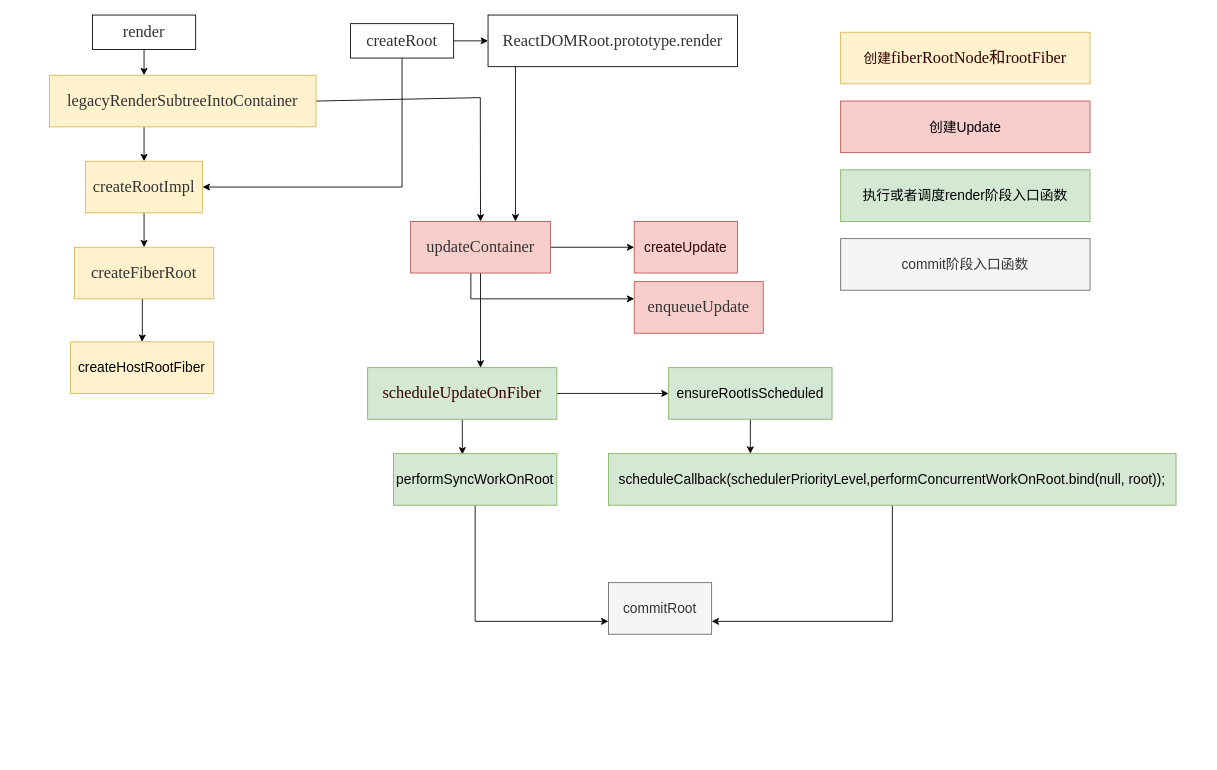
Before: page "Page-1" (1 of 9) of 第五章_0.drawio in xiaochen1024/react_code, a draw.io diagram. Source tidied: cells renumbered, new cells numbered last; positions are measured from the earlier drawing's top-left corner, leaving out a move shared by most shapes. Both pictures are drawn from the tidied source at 86%, with x=0, y=0 at pixel (49, 15).
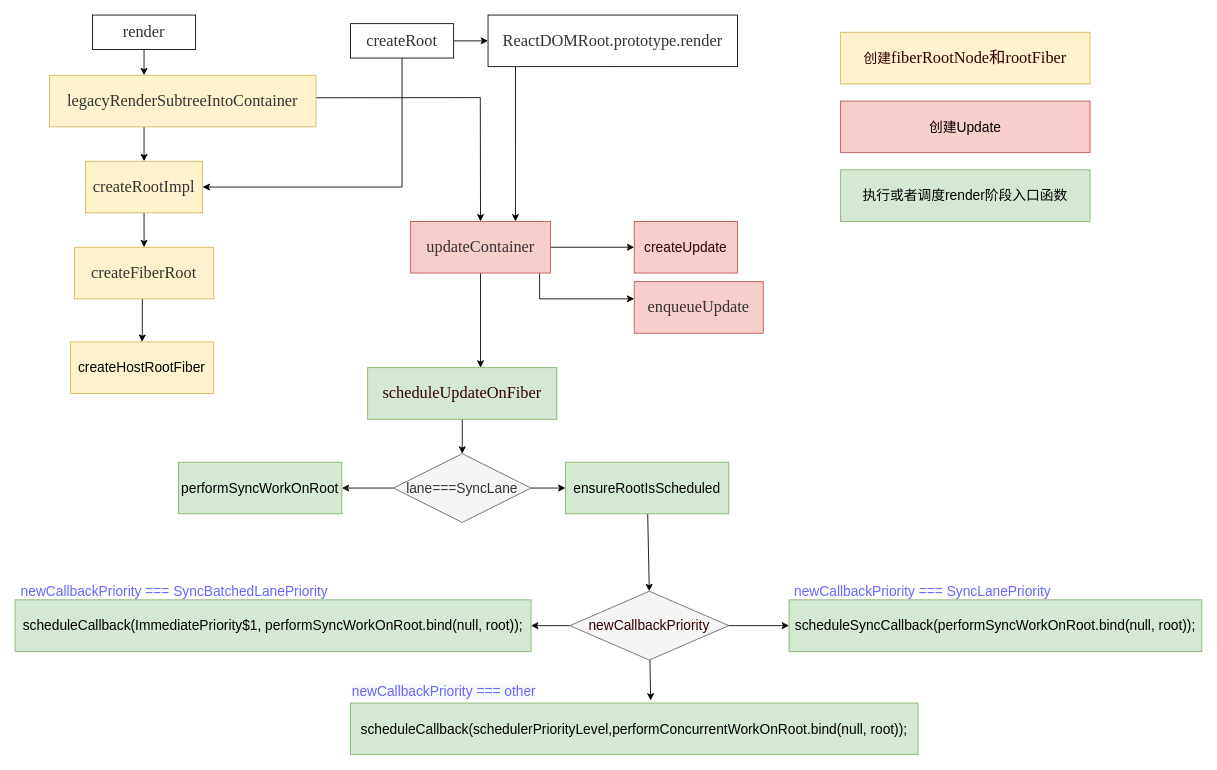
After the change.

Unchanged cells that the change refers to:
```xml
<mxCell id="6" value="&lt;span style=&quot;color: rgb(51 , 51 , 51) ; font-family: &amp;#34;vollkorn&amp;#34; , &amp;#34;palatino&amp;#34; , &amp;#34;times&amp;#34; ; font-size: 19px ; text-align: justify ; background-color: rgb(255 , 242 , 204)&quot;&gt;legacyRenderSubtreeIntoContainer&lt;/span&gt;" style="whiteSpace=wrap;html=1;rounded=0;fillColor=#fff2cc;strokeColor=#d6b656;" parent="1" vertex="1">
  <mxGeometry y="70" width="310" height="60" as="geometry" />
</mxCell>
<mxCell id="14" value="&lt;span style=&quot;color: rgb(51 , 51 , 51) ; font-family: &amp;#34;vollkorn&amp;#34; , &amp;#34;palatino&amp;#34; , &amp;#34;times&amp;#34; ; font-size: 19px ; font-style: normal ; font-weight: normal ; letter-spacing: normal ; text-align: justify ; text-indent: 0px ; text-transform: none ; word-spacing: 0px ; text-decoration: none ; display: inline ; float: none ; background-color: rgb(248 , 206 , 204)&quot;&gt;updateContainer&lt;/span&gt;" style="whiteSpace=wrap;html=1;rounded=0;fillColor=#f8cecc;strokeColor=#b85450;" parent="1" vertex="1">
  <mxGeometry x="420" y="240" width="162.5" height="60" as="geometry" />
</mxCell>
<mxCell id="15" value="&lt;span style=&quot;color: rgb(51 , 51 , 51) ; font-family: &amp;#34;vollkorn&amp;#34; , &amp;#34;palatino&amp;#34; , &amp;#34;times&amp;#34; ; font-size: 19px ; text-align: justify ; background-color: rgb(248 , 206 , 204)&quot;&gt;enqueueUpdate&lt;/span&gt;" style="whiteSpace=wrap;html=1;rounded=0;fillColor=#f8cecc;strokeColor=#b85450;" parent="1" vertex="1">
  <mxGeometry x="680" y="310" width="150" height="60" as="geometry" />
</mxCell>
<mxCell id="21" value="&lt;span style=&quot;font-family: &amp;#34;vollkorn&amp;#34; , &amp;#34;palatino&amp;#34; , &amp;#34;times&amp;#34; ; font-size: 19px ; text-align: justify ; background-color: rgb(213 , 232 , 212)&quot;&gt;&lt;font color=&quot;#330000&quot;&gt;scheduleUpdateOnFiber&lt;/font&gt;&lt;/span&gt;" style="whiteSpace=wrap;html=1;rounded=0;fillColor=#d5e8d4;strokeColor=#82b366;" parent="1" vertex="1">
  <mxGeometry x="370" y="410" width="220" height="60" as="geometry" />
</mxCell>
```

Diff of the diagram source:
```diff
@@
-    <mxCell id="5" style="edgeStyle=none;rounded=0;jettySize=auto;html=1;entryX=0.5;entryY=0;entryDx=0;entryDy=0;strokeWidth=1;fontSize=16;fontColor=#6666FF;exitX=1;exitY=0.5;exitDx=0;exitDy=0;" parent="1" edge="1" source="6" target="14">
+    <mxCell id="5" style="edgeStyle=none;rounded=0;jettySize=auto;html=1;entryX=0.5;entryY=0;entryDx=0;entryDy=0;strokeWidth=1;fontSize=16;fontColor=#6666FF;exitX=1;exitY=0.436;exitDx=0;exitDy=0;exitPerimeter=0;" parent="1" edge="1" source="6" target="14">
       <mxGeometry relative="1" as="geometry">
         <Array as="points">
           <mxPoint x="501" y="96" />
         </Array>
       </mxGeometry>
     </mxCell>
@@
     <mxCell id="11" style="edgeStyle=orthogonalEdgeStyle;rounded=0;jettySize=auto;html=1;" parent="1" edge="1" source="14" target="15">
       <mxGeometry relative="1" as="geometry">
         <Array as="points">
-          <mxPoint x="490" y="330" />
+          <mxPoint x="570" y="330" />
         </Array>
       </mxGeometry>
     </mxCell>
@@
-    <mxCell id="19" style="edgeStyle=orthogonalEdgeStyle;rounded=0;jettySize=auto;html=1;" parent="1" edge="1" source="21" target="27">
-      <mxGeometry relative="1" as="geometry" />
-    </mxCell>
-    <mxCell id="20" style="edgeStyle=none;rounded=0;jettySize=auto;html=1;exitX=0.5;exitY=1;exitDx=0;exitDy=0;entryX=0.422;entryY=0.015;entryDx=0;entryDy=0;entryPerimeter=0;strokeWidth=1;fontSize=16;fontColor=#6666FF;" parent="1" edge="1" source="21" target="25">
+    <mxCell id="20" style="edgeStyle=none;rounded=0;jettySize=auto;html=1;exitX=0.5;exitY=1;exitDx=0;exitDy=0;strokeWidth=1;fontSize=16;fontColor=#6666FF;entryX=0.5;entryY=0;entryDx=0;entryDy=0;" parent="1" edge="1" source="21" target="41">
       <mxGeometry relative="1" as="geometry" />
     </mxCell>
@@
-    <mxCell id="24" style="edgeStyle=none;rounded=0;jettySize=auto;html=1;exitX=0.5;exitY=1;exitDx=0;exitDy=0;entryX=0;entryY=0.75;entryDx=0;entryDy=0;strokeWidth=1;fontSize=16;fontColor=#6666FF;" parent="1" edge="1" source="25" target="31">
-      <mxGeometry relative="1" as="geometry">
-        <Array as="points">
-          <mxPoint x="495" y="705" />
-        </Array>
-      </mxGeometry>
-    </mxCell>
     <mxCell id="25" value="&lt;font style=&quot;font-size: 16px&quot;&gt;performSyncWorkOnRoot&lt;/font&gt;" style="whiteSpace=wrap;html=1;rounded=0;fillColor=#d5e8d4;strokeColor=#82b366;" parent="1" vertex="1">
-      <mxGeometry x="400" y="510" width="190" height="60" as="geometry" />
+      <mxGeometry x="150" y="520" width="190" height="60" as="geometry" />
     </mxCell>
-    <mxCell id="26" style="edgeStyle=none;rounded=0;jettySize=auto;html=1;entryX=0.25;entryY=0;entryDx=0;entryDy=0;strokeWidth=1;fontSize=16;fontColor=#6666FF;" parent="1" edge="1" source="27" target="29">
-      <mxGeometry relative="1" as="geometry" />
-    </mxCell>
+    <mxCell id="37" style="edgeStyle=none;rounded=0;jettySize=auto;html=1;entryX=0.5;entryY=0;entryDx=0;entryDy=0;strokeWidth=1;fontSize=16;fontColor=#6666FF;" parent="1" edge="1" source="27" target="48">
+      <mxGeometry relative="1" as="geometry" />
+    </mxCell>
     <mxCell id="27" value="&lt;font style=&quot;font-size: 16px&quot;&gt;ensureRootIsScheduled&lt;/font&gt;" style="whiteSpace=wrap;html=1;rounded=0;fillColor=#d5e8d4;strokeColor=#82b366;" parent="1" vertex="1">
-      <mxGeometry x="720" y="410" width="190" height="60" as="geometry" />
+      <mxGeometry x="600" y="520" width="190" height="60" as="geometry" />
     </mxCell>
-    <mxCell id="28" style="edgeStyle=orthogonalEdgeStyle;rounded=0;jettySize=auto;html=1;entryX=1;entryY=0.75;entryDx=0;entryDy=0;" parent="1" edge="1" target="31">
-      <mxGeometry relative="1" as="geometry">
-        <mxPoint x="980.1" y="570" as="sourcePoint" />
-        <Array as="points">
-          <mxPoint x="980" y="705" />
-        </Array>
-      </mxGeometry>
-    </mxCell>
     <mxCell id="29" value="&lt;font style=&quot;font-size: 16px&quot;&gt;scheduleCallback(schedulerPriorityLevel,performConcurrentWorkOnRoot.bind(null, root));&lt;/font&gt;" style="whiteSpace=wrap;html=1;rounded=0;fillColor=#d5e8d4;strokeColor=#82b366;" parent="1" vertex="1">
-      <mxGeometry x="650" y="510" width="660" height="60" as="geometry" />
+      <mxGeometry x="350" y="800" width="660" height="60" as="geometry" />
     </mxCell>
@@
-    <mxCell id="31" value="&lt;font style=&quot;font-size: 16px&quot;&gt;commitRoot&lt;/font&gt;" style="whiteSpace=wrap;html=1;rounded=0;fillColor=#f5f5f5;strokeColor=#666666;fontColor=#333333;" parent="1" vertex="1">
-      <mxGeometry x="650" y="660" width="120" height="60" as="geometry" />
-    </mxCell>
@@
-    <mxCell id="35" value="&lt;font style=&quot;font-size: 16px&quot;&gt;commit阶段入口函数&lt;/font&gt;" style="whiteSpace=wrap;html=1;rounded=0;fillColor=#f5f5f5;strokeColor=#666666;fontColor=#333333;" parent="1" vertex="1">
-      <mxGeometry x="920" y="260" width="290" height="60" as="geometry" />
-    </mxCell>
@@
+    <mxCell id="38" value="&lt;font style=&quot;font-size: 16px&quot;&gt;scheduleSyncCallback(performSyncWorkOnRoot.bind(null, root));&lt;/font&gt;" style="whiteSpace=wrap;html=1;rounded=0;fillColor=#d5e8d4;strokeColor=#82b366;" parent="1" vertex="1">
+      <mxGeometry x="860" y="680" width="480" height="60" as="geometry" />
+    </mxCell>
+    <mxCell id="39" style="edgeStyle=none;rounded=0;jettySize=auto;html=1;strokeWidth=1;fontSize=16;fontColor=#6666FF;" parent="1" edge="1" source="41" target="25">
+      <mxGeometry relative="1" as="geometry" />
+    </mxCell>
+    <mxCell id="40" style="edgeStyle=none;rounded=0;jettySize=auto;html=1;entryX=0;entryY=0.5;entryDx=0;entryDy=0;strokeWidth=1;fontSize=16;fontColor=#6666FF;" parent="1" edge="1" source="41" target="27">
+      <mxGeometry relative="1" as="geometry" />
+    </mxCell>
+    <mxCell id="41" value="lane===SyncLane" style="rhombus;whiteSpace=wrap;html=1;strokeWidth=1;fillColor=#f5f5f5;fontSize=16;fontColor=#333333;strokeColor=#666666;" parent="1" vertex="1">
+      <mxGeometry x="400" y="510" width="160" height="80" as="geometry" />
+    </mxCell>
+    <mxCell id="42" value="newCallbackPriority === SyncLanePriority" style="text;html=1;align=center;verticalAlign=middle;fontSize=16;fontColor=#6666FF;" parent="1" vertex="1">
+      <mxGeometry x="860" y="660" width="310" height="20" as="geometry" />
+    </mxCell>
+    <mxCell id="43" value="&lt;font style=&quot;font-size: 16px&quot;&gt;scheduleCallback(ImmediatePriority$1, performSyncWorkOnRoot.bind(null, root));&lt;/font&gt;" style="whiteSpace=wrap;html=1;rounded=0;fillColor=#d5e8d4;strokeColor=#82b366;" parent="1" vertex="1">
+      <mxGeometry x="-40" y="680" width="600" height="60" as="geometry" />
+    </mxCell>
+    <mxCell id="44" value="newCallbackPriority === SyncBatchedLanePriority" style="text;html=1;align=center;verticalAlign=middle;fontSize=16;fontColor=#6666FF;" parent="1" vertex="1">
+      <mxGeometry x="-40" y="660" width="370" height="20" as="geometry" />
+    </mxCell>
+    <mxCell id="45" style="edgeStyle=none;rounded=0;jettySize=auto;html=1;entryX=0;entryY=0.5;entryDx=0;entryDy=0;strokeWidth=1;fontSize=16;fontColor=#6666FF;" parent="1" edge="1" source="48" target="38">
+      <mxGeometry relative="1" as="geometry" />
+    </mxCell>
+    <mxCell id="46" style="edgeStyle=none;rounded=0;jettySize=auto;html=1;strokeWidth=1;fontSize=16;fontColor=#6666FF;" parent="1" edge="1" source="48" target="43">
+      <mxGeometry relative="1" as="geometry" />
+    </mxCell>
+    <mxCell id="47" style="edgeStyle=none;rounded=0;jettySize=auto;html=1;entryX=0.529;entryY=-0.05;entryDx=0;entryDy=0;entryPerimeter=0;strokeWidth=1;fontSize=16;fontColor=#6666FF;" parent="1" edge="1" source="48" target="29">
+      <mxGeometry relative="1" as="geometry" />
+    </mxCell>
+    <mxCell id="48" value="&lt;font color=&quot;#330000&quot;&gt;newCallbackPriority&lt;/font&gt;" style="rhombus;whiteSpace=wrap;html=1;strokeWidth=1;fillColor=#f5f5f5;fontSize=16;fontColor=#333333;strokeColor=#666666;" parent="1" vertex="1">
+      <mxGeometry x="605" y="670" width="185" height="80" as="geometry" />
+    </mxCell>
+    <mxCell id="49" value="&lt;span style=&quot;color: rgb(102 , 102 , 255) ; font-family: &amp;#34;helvetica&amp;#34; ; font-size: 16px ; font-style: normal ; font-weight: 400 ; letter-spacing: normal ; text-align: center ; text-indent: 0px ; text-transform: none ; word-spacing: 0px ; background-color: rgb(248 , 249 , 250) ; display: inline ; float: none&quot;&gt;newCallbackPriority === other&lt;/span&gt;" style="text;whiteSpace=wrap;html=1;fontSize=1;fontColor=#6666FF;" parent="1" vertex="1">
+      <mxGeometry x="350" y="770" width="380" height="20" as="geometry" />
+    </mxCell>
```
